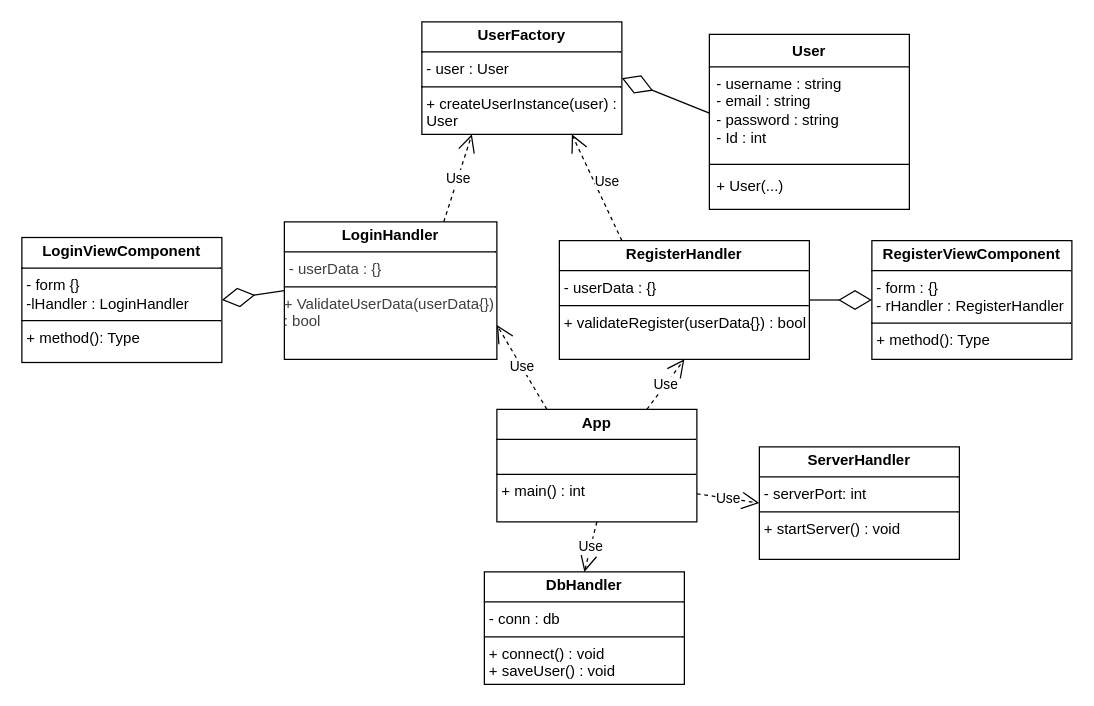
This is diagrams/app.dio from RamadoriVladimir/isft151-pp3-, a draw.io file, before an edit. Source tidied: cells renumbered, new cells numbered last; positions are measured from the earlier drawing's top-left corner, leaving out a move shared by most shapes. Both pictures are drawn from the tidied source at 125%, with x=0, y=0 at pixel (21, 21).
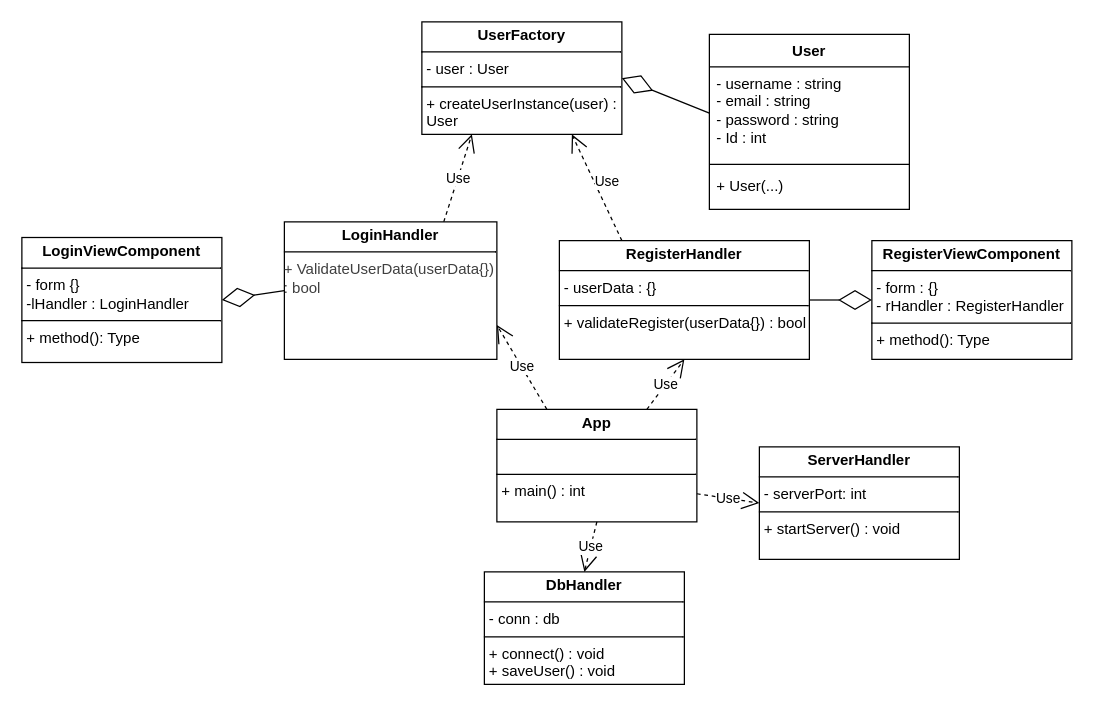
The same diagram, later.

Diff of the diagram source:
```diff
@@
-    <mxCell id="22" value="&lt;p style=&quot;margin:0px;margin-top:4px;text-align:center;&quot;&gt;&lt;b&gt;LoginHandler&lt;/b&gt;&lt;/p&gt;&lt;hr size=&quot;1&quot; style=&quot;border-style:solid;&quot;&gt;&lt;p style=&quot;margin:0px;margin-left:4px;&quot;&gt;&lt;span style=&quot;color: rgb(63, 63, 63); background-color: rgb(255, 255, 255);&quot;&gt;- userData : {}&lt;/span&gt;&lt;/p&gt;&lt;hr size=&quot;1&quot; style=&quot;border-style:solid;&quot;&gt;&lt;div style=&quot;color: rgb(63, 63, 63); scrollbar-color: rgb(226, 226, 226) rgb(251, 251, 251);&quot;&gt;&lt;span style=&quot;color: rgb(63, 63, 63); scrollbar-color: rgb(226, 226, 226) rgb(251, 251, 251); background-color: transparent;&quot;&gt;+ ValidateUserData(userData{}) : bool&lt;/span&gt;&lt;/div&gt;&lt;div style=&quot;color: rgb(63, 63, 63); scrollbar-color: rgb(226, 226, 226) rgb(251, 251, 251);&quot;&gt;&lt;br style=&quot;color: rgb(63, 63, 63); scrollbar-color: rgb(226, 226, 226) rgb(251, 251, 251);&quot;&gt;&lt;/div&gt;" style="verticalAlign=top;align=left;overflow=fill;html=1;whiteSpace=wrap;" parent="1" vertex="1">
+    <mxCell id="22" value="&lt;p style=&quot;margin:0px;margin-top:4px;text-align:center;&quot;&gt;&lt;b&gt;LoginHandler&lt;/b&gt;&lt;/p&gt;&lt;hr size=&quot;1&quot; style=&quot;border-style:solid;&quot;&gt;&lt;p style=&quot;margin:0px;margin-left:4px;&quot;&gt;&lt;/p&gt;&lt;div style=&quot;color: rgb(63, 63, 63); scrollbar-color: rgb(226, 226, 226) rgb(251, 251, 251);&quot;&gt;&lt;span style=&quot;color: rgb(63, 63, 63); scrollbar-color: rgb(226, 226, 226) rgb(251, 251, 251); background-color: transparent;&quot;&gt;+ ValidateUserData(userData{}) : bool&lt;/span&gt;&lt;/div&gt;&lt;div style=&quot;color: rgb(63, 63, 63); scrollbar-color: rgb(226, 226, 226) rgb(251, 251, 251);&quot;&gt;&lt;br style=&quot;color: rgb(63, 63, 63); scrollbar-color: rgb(226, 226, 226) rgb(251, 251, 251);&quot;&gt;&lt;/div&gt;" style="verticalAlign=top;align=left;overflow=fill;html=1;whiteSpace=wrap;" parent="1" vertex="1">
       <mxGeometry x="210" y="160" width="170" height="110" as="geometry" />
     </mxCell>
```
